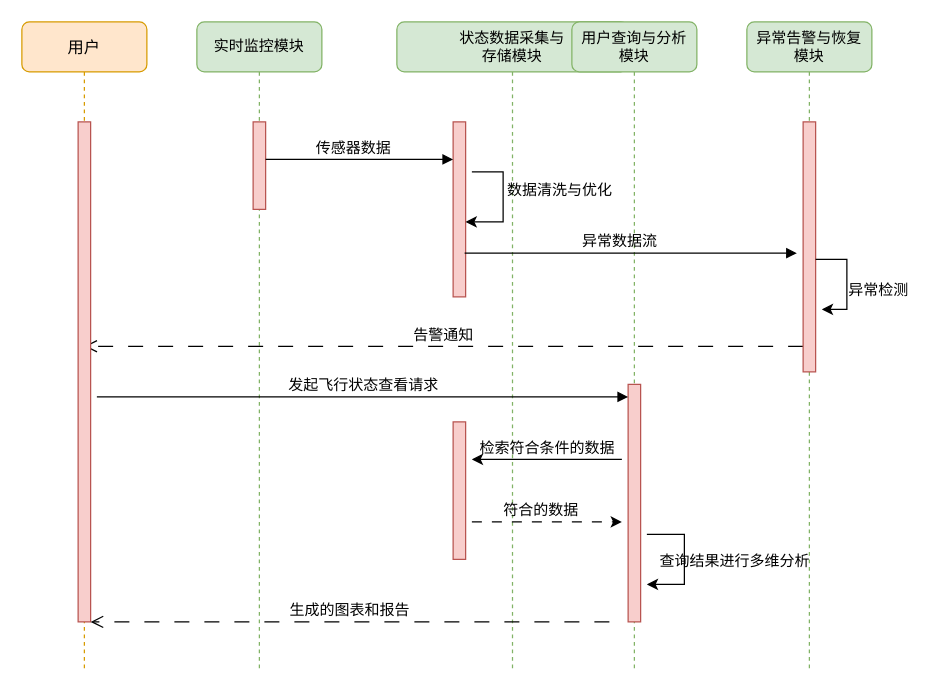
Before: 无人机监控与查询模块的时序图.drawio in jiaojb/py-crawler, a draw.io diagram. Source tidied: cells renumbered, new cells numbered last; positions are measured from the earlier drawing's top-left corner, leaving out a move shared by most shapes. Both pictures are drawn from the tidied source at 125%, with x=0, y=0 at pixel (21, 21).
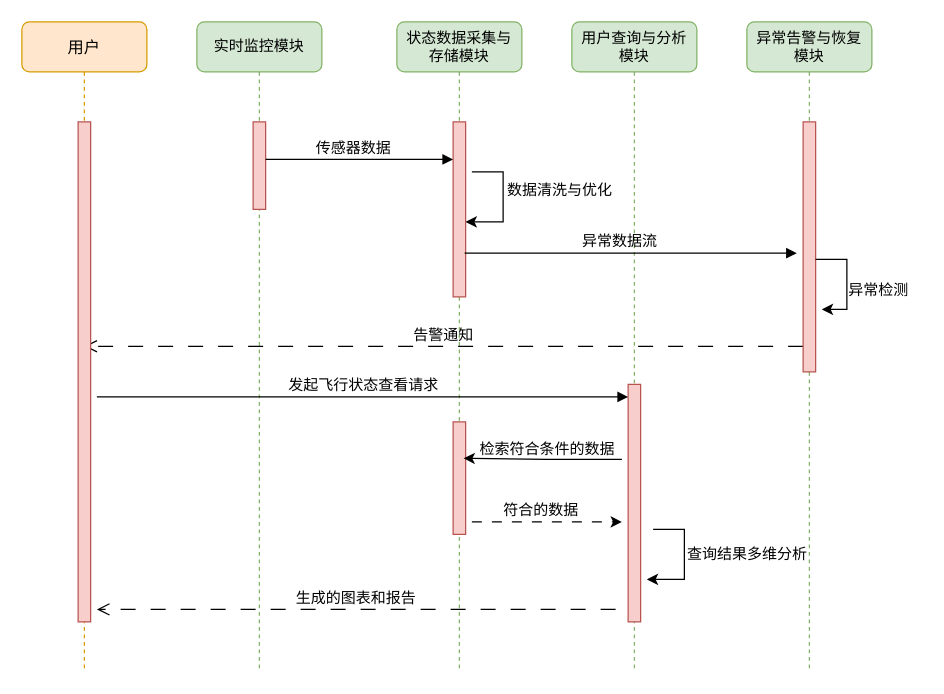
The same page after the edit.

Commit message (it also covers changes not shown here):
更新无人机监控与查询模块的时序图.drawio

The change refers to these unchanged cells:
```xml
<mxCell id="11" style="html=1;points=[];perimeter=orthogonalPerimeter;rounded=0;shadow=0;comic=0;labelBackgroundColor=none;strokeWidth=1;fontFamily=Verdana;fontSize=12;align=center;fillColor=#f8cecc;strokeColor=#b85450;" parent="10" vertex="1">
  <mxGeometry x="45" y="290" width="10" height="190" as="geometry" />
</mxCell>
```

The edit, as a diff of the source:
```diff
@@
     <mxCell id="4" value="状态数据采集与&lt;div&gt;存储模块&lt;/div&gt;" style="shape=umlLifeline;perimeter=lifelinePerimeter;whiteSpace=wrap;html=1;rounded=1;shadow=0;comic=0;labelBackgroundColor=none;strokeWidth=1;fontFamily=Verdana;fontSize=12;align=center;fillColor=#d5e8d4;strokeColor=#82b366;" parent="1" vertex="1">
-      <mxGeometry x="300" width="185" height="520" as="geometry" />
+      <mxGeometry x="300" width="100" height="520" as="geometry" />
     </mxCell>
@@
     <mxCell id="8" style="html=1;points=[];perimeter=orthogonalPerimeter;rounded=0;shadow=0;comic=0;labelBackgroundColor=none;strokeWidth=1;fontFamily=Verdana;fontSize=12;align=center;fillColor=#f8cecc;strokeColor=#b85450;" parent="4" vertex="1">
-      <mxGeometry x="45" y="320" width="10" height="110" as="geometry" />
+      <mxGeometry x="45" y="320" width="10" height="90" as="geometry" />
     </mxCell>
-    <mxCell id="9" value="检索符合条件的数据" style="text;html=1;align=center;verticalAlign=middle;strokeColor=none;fillColor=none;" parent="4" vertex="1">
-      <mxGeometry x="55" y="326" width="130" height="30" as="geometry" />
-    </mxCell>
+    <mxCell id="16" value="生成的图表和报告" style="html=1;verticalAlign=bottom;endArrow=open;dashed=1;endSize=8;labelBackgroundColor=none;fontFamily=Verdana;fontSize=12;edgeStyle=elbowEdgeStyle;elbow=vertical;dashPattern=12 12;" parent="4" edge="1">
+      <mxGeometry relative="1" as="geometry">
+        <mxPoint x="175" y="470" as="sourcePoint" />
+        <mxPoint x="-240" y="470" as="targetPoint" />
+        <Array as="points">
+          <mxPoint x="-165" y="470" />
+          <mxPoint x="-135" y="470" />
+        </Array>
+      </mxGeometry>
+    </mxCell>
@@
-    <mxCell id="16" value="生成的图表和报告" style="html=1;verticalAlign=bottom;endArrow=open;dashed=1;endSize=8;labelBackgroundColor=none;fontFamily=Verdana;fontSize=12;edgeStyle=elbowEdgeStyle;elbow=vertical;dashPattern=12 12;" parent="1" edge="1">
-      <mxGeometry relative="1" as="geometry">
-        <mxPoint x="470" y="480" as="sourcePoint" />
-        <mxPoint x="55" y="480" as="targetPoint" />
-        <Array as="points">
-          <mxPoint x="130" y="480" />
-          <mxPoint x="160" y="480" />
-        </Array>
-      </mxGeometry>
-    </mxCell>
@@
-    <mxCell id="23" style="endArrow=classic;html=1;rounded=0;" parent="1" edge="1">
+    <mxCell id="23" style="endArrow=classic;html=1;rounded=0;entryX=0.84;entryY=0.324;entryDx=0;entryDy=0;entryPerimeter=0;" parent="1" edge="1" target="8">
       <mxGeometry relative="1" as="geometry">
         <mxPoint x="480" y="350" as="sourcePoint" />
-        <mxPoint x="360" y="350" as="targetPoint" />
         <Array as="points">
           <mxPoint x="420" y="350" />
         </Array>
       </mxGeometry>
     </mxCell>
+    <mxCell id="9" value="检索符合条件的数据" style="text;html=1;align=center;verticalAlign=middle;strokeColor=none;fillColor=none;" parent="1" vertex="1">
+      <mxGeometry x="355" y="327" width="130" height="30" as="geometry" />
+    </mxCell>
@@
-    <mxCell id="26" style="endArrow=classic;html=1;rounded=0;exitX=1.5;exitY=0.632;exitDx=0;exitDy=0;exitPerimeter=0;" parent="1" edge="1" source="11">
-      <mxGeometry relative="1" as="geometry">
-        <mxPoint x="500" y="450" as="targetPoint" />
-        <Array as="points">
-          <mxPoint x="530" y="410" />
-          <mxPoint x="530" y="450" />
-        </Array>
-      </mxGeometry>
-    </mxCell>
-    <mxCell id="27" value="查询结果进行多维分析" style="text;html=1;align=center;verticalAlign=middle;strokeColor=none;fillColor=none;" parent="1" vertex="1">
-      <mxGeometry x="500" y="417" width="140" height="30" as="geometry" />
-    </mxCell>
+    <mxCell id="28" style="endArrow=classic;html=1;rounded=0;" parent="1" edge="1">
+      <mxGeometry relative="1" as="geometry">
+        <mxPoint x="505" y="406" as="sourcePoint" />
+        <mxPoint x="500" y="446" as="targetPoint" />
+        <Array as="points">
+          <mxPoint x="530" y="406" />
+          <mxPoint x="530" y="446" />
+        </Array>
+      </mxGeometry>
+    </mxCell>
+    <mxCell id="29" value="查询结果多维分析" style="text;html=1;align=center;verticalAlign=middle;strokeColor=none;fillColor=none;" parent="1" vertex="1">
+      <mxGeometry x="520" y="411" width="120" height="30" as="geometry" />
+    </mxCell>
```
